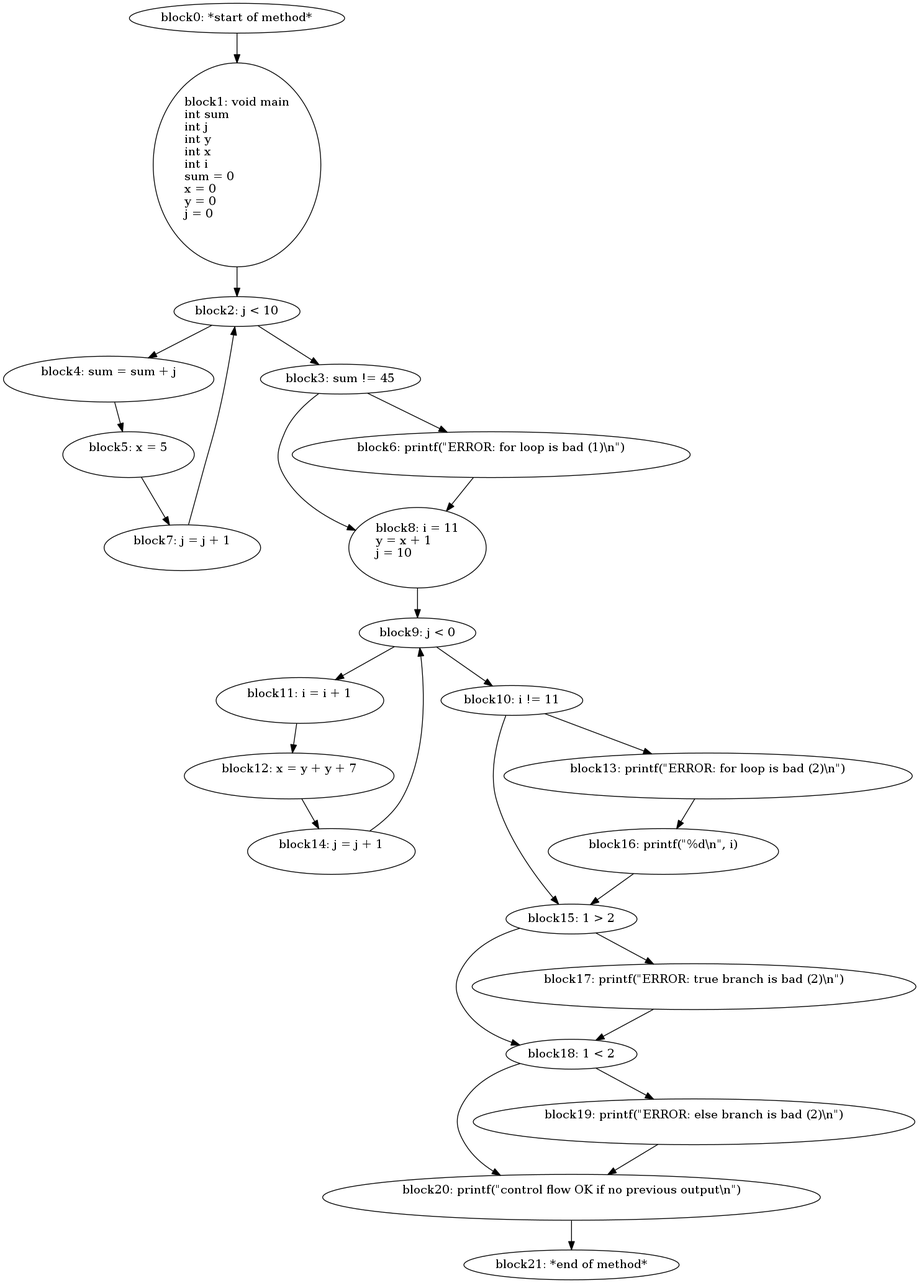
jimmyz42/CCompiler keeps this Graphviz diagram as foo.png. Above is the earlier version. Its source is kept beside it as foo.dot.
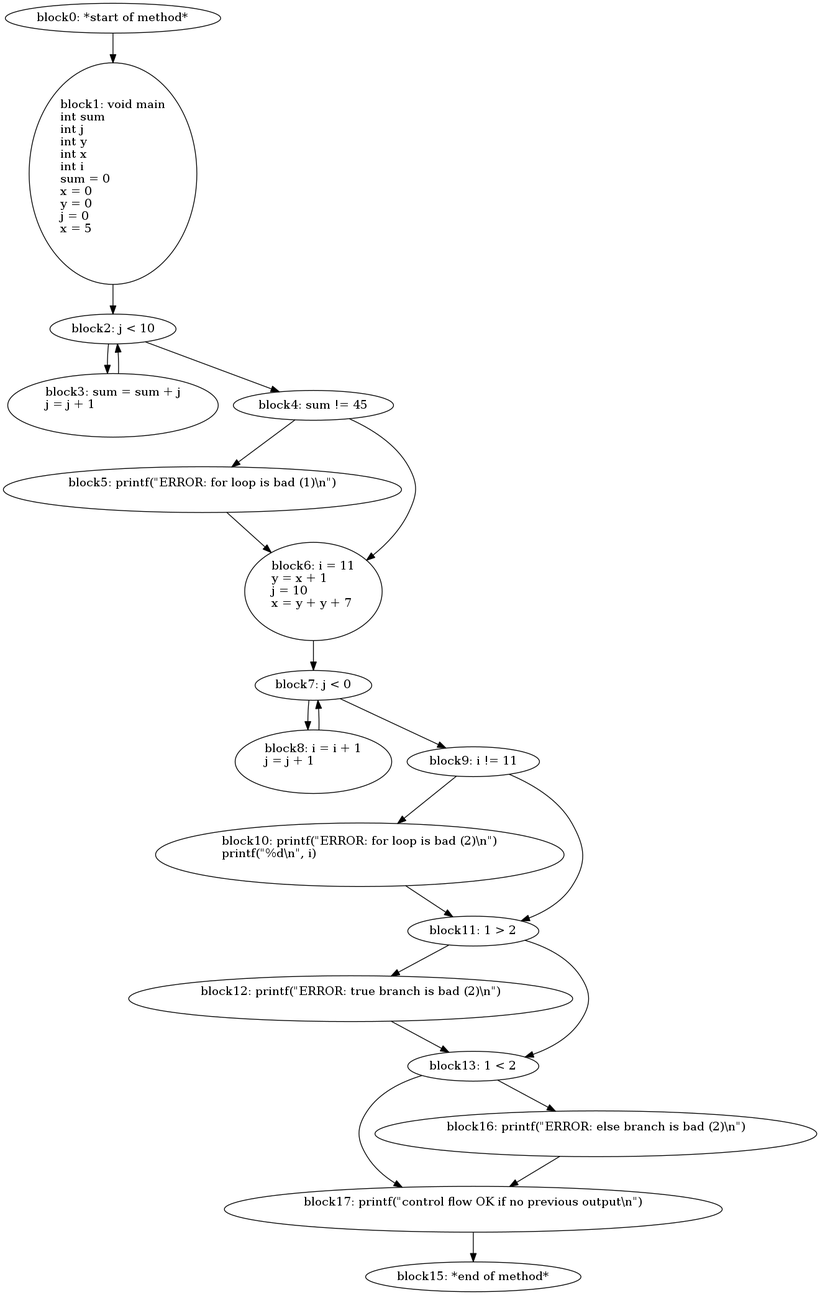
After the change.

Change to the diagram source:
```diff
@@ -1,21 +1,21 @@
 digraph G {
   block0 [ label="block0: *start\ of\ method*\l" ];
-  block1 [ label="block1: void\ main\lint\ sum\lint\ j\lint\ y\lint\ x\lint\ i\lsum\ =\ 0\lx\ =\ 0\ly\ =\ 0\lj\ =\ 0\l\l" ];
+  block1 [ label="block1: void\ main\lint\ sum\lint\ j\lint\ y\lint\ x\lint\ i\lsum\ =\ 0\lx\ =\ 0\ly\ =\ 0\lj\ =\ 0\lx\ =\ 5\l\l" ];
   block2 [ label="block2: j\ \<\ 10\l" ];
-  block3 [ label="block3: sum\ =\ sum\ +\ j\lx\ =\ 5\lj\ =\ j\ +\ 1\l\l" ];
+  block3 [ label="block3: sum\ =\ sum\ +\ j\lj\ =\ j\ +\ 1\l\l" ];
   block4 [ label="block4: sum\ !=\ 45\l" ];
   block5 [ label="block5: printf\(\"ERROR\:\ for\ loop\ is\ bad\ \(1\)\\n\"\)\l\l" ];
-  block6 [ label="block6: i\ =\ 11\ly\ =\ x\ +\ 1\lj\ =\ 10\l\l" ];
+  block6 [ label="block6: i\ =\ 11\ly\ =\ x\ +\ 1\lj\ =\ 10\lx\ =\ y\ +\ y\ +\ 7\l\l" ];
   block7 [ label="block7: j\ \<\ 0\l" ];
-  block8 [ label="block8: i\ =\ i\ +\ 1\lx\ =\ y\ +\ y\ +\ 7\lj\ =\ j\ +\ 1\l\l" ];
+  block8 [ label="block8: i\ =\ i\ +\ 1\lj\ =\ j\ +\ 1\l\l" ];
   block9 [ label="block9: i\ !=\ 11\l" ];
   block10 [ label="block10: printf\(\"ERROR\:\ for\ loop\ is\ bad\ \(2\)\\n\"\)\lprintf\(\"%d\\n\"\,\ i\)\l\l" ];
   block11 [ label="block11: 1\ \>\ 2\l" ];
   block12 [ label="block12: printf\(\"ERROR\:\ true\ branch\ is\ bad\ \(2\)\\n\"\)\l\l" ];
   block13 [ label="block13: 1\ \<\ 2\l" ];
-  block15 [ label="block15: printf\(\"control\ flow\ OK\ if\ no\ previous\ output\\n\"\)\l\l" ];
-  block16 [ label="block16: *end\ of\ method*\l" ];
-  block14 [ label="block14: printf\(\"ERROR\:\ else\ branch\ is\ bad\ \(2\)\\n\"\)\l\l" ];
+  block17 [ label="block17: printf\(\"control\ flow\ OK\ if\ no\ previous\ output\\n\"\)\l\l" ];
+  block15 [ label="block15: *end\ of\ method*\l" ];
+  block16 [ label="block16: printf\(\"ERROR\:\ else\ branch\ is\ bad\ \(2\)\\n\"\)\l\l" ];
   block0 -> block1;
   block1 -> block2;
   block2 -> block3;
@@ -31,10 +31,10 @@
   block10 -> block11;
   block11 -> block12;
   block12 -> block13;
-  block13 -> block15;
-  block15 -> block16;
-  block13 -> block14;
-  block14 -> block15;
+  block13 -> block17;
+  block17 -> block15;
+  block13 -> block16;
+  block16 -> block17;
   block11 -> block13;
   block9 -> block11;
   block4 -> block6;
```
